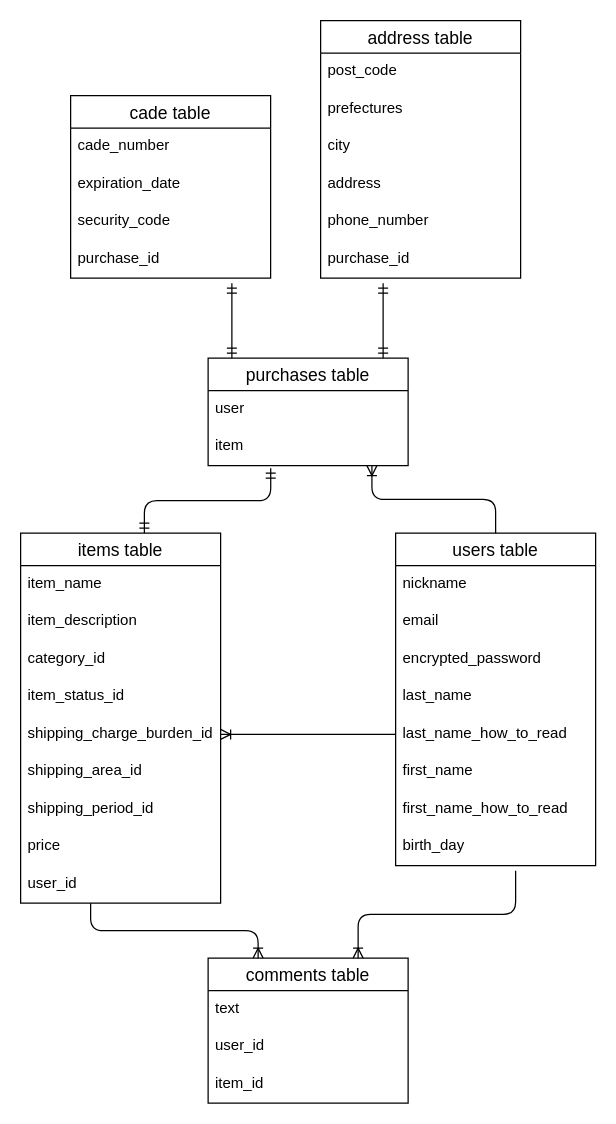
Before: furima.dio in KikuchiFumiyasu/furima-34817, a draw.io diagram. Source tidied: cells renumbered, new cells numbered last; positions are measured from the earlier drawing's top-left corner, leaving out a move shared by most shapes. Both pictures are drawn from the tidied source at 125%, with x=0, y=0 at pixel (20, 20).
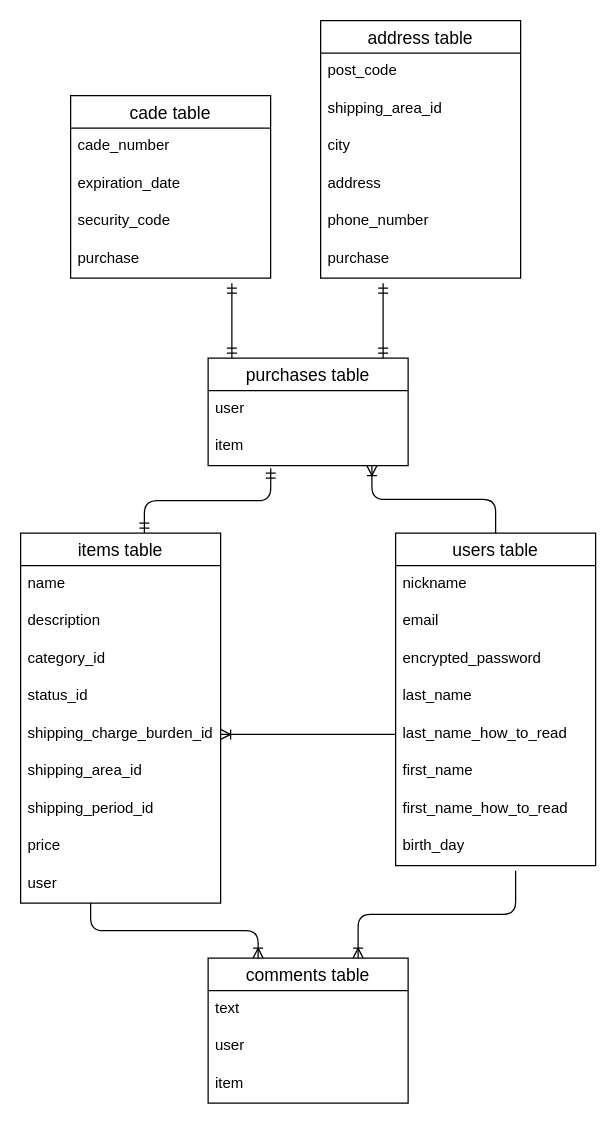
The same diagram, later.

Commit message (it also covers changes not shown here):
データベース再再再修正

Unchanged cells that the change refers to:
```xml
<mxCell id="11" value="items table" style="swimlane;fontStyle=0;horizontal=1;startSize=26;align=center;fontSize=14;" parent="1" vertex="1">
  <mxGeometry y="410" width="160" height="296" as="geometry" />
</mxCell>
<mxCell id="21" value="address table" style="swimlane;fontStyle=0;horizontal=1;startSize=26;align=center;fontSize=14;" parent="1" vertex="1">
  <mxGeometry x="240" width="160" height="206" as="geometry" />
</mxCell>
<mxCell id="28" value="cade table" style="swimlane;fontStyle=0;horizontal=1;startSize=26;align=center;fontSize=14;" parent="1" vertex="1">
  <mxGeometry x="40" y="60" width="160" height="146" as="geometry" />
</mxCell>
<mxCell id="41" value="comments table" style="swimlane;fontStyle=0;horizontal=1;startSize=26;align=center;fontSize=14;" parent="1" vertex="1">
  <mxGeometry x="150" y="750" width="160" height="116" as="geometry" />
</mxCell>
```

What changed in the source:
```diff
@@
-    <mxCell id="12" value="item_name" style="text;strokeColor=none;fillColor=none;spacingLeft=4;spacingRight=4;overflow=hidden;fontSize=12;" parent="11" vertex="1">
+    <mxCell id="12" value="name" style="text;strokeColor=none;fillColor=none;spacingLeft=4;spacingRight=4;overflow=hidden;fontSize=12;" parent="11" vertex="1">
       <mxGeometry y="26" width="160" height="30" as="geometry" />
     </mxCell>
-    <mxCell id="13" value="item_description" style="text;strokeColor=none;fillColor=none;spacingLeft=4;spacingRight=4;overflow=hidden;fontSize=12;" parent="11" vertex="1">
+    <mxCell id="13" value="description" style="text;strokeColor=none;fillColor=none;spacingLeft=4;spacingRight=4;overflow=hidden;fontSize=12;" parent="11" vertex="1">
       <mxGeometry y="56" width="160" height="30" as="geometry" />
     </mxCell>
@@
-    <mxCell id="15" value="item_status_id" style="text;strokeColor=none;fillColor=none;spacingLeft=4;spacingRight=4;overflow=hidden;fontSize=12;" parent="11" vertex="1">
+    <mxCell id="15" value="status_id" style="text;strokeColor=none;fillColor=none;spacingLeft=4;spacingRight=4;overflow=hidden;fontSize=12;" parent="11" vertex="1">
       <mxGeometry y="116" width="160" height="30" as="geometry" />
     </mxCell>
@@
-    <mxCell id="20" value="user_id" style="text;strokeColor=none;fillColor=none;spacingLeft=4;spacingRight=4;overflow=hidden;fontSize=12;" parent="11" vertex="1">
+    <mxCell id="20" value="user" style="text;strokeColor=none;fillColor=none;spacingLeft=4;spacingRight=4;overflow=hidden;fontSize=12;" parent="11" vertex="1">
       <mxGeometry y="266" width="160" height="30" as="geometry" />
     </mxCell>
@@
-    <mxCell id="23" value="prefectures" style="text;strokeColor=none;fillColor=none;spacingLeft=4;spacingRight=4;overflow=hidden;fontSize=12;" parent="21" vertex="1">
+    <mxCell id="23" value="shipping_area_id" style="text;strokeColor=none;fillColor=none;spacingLeft=4;spacingRight=4;overflow=hidden;fontSize=12;" parent="21" vertex="1">
       <mxGeometry y="56" width="160" height="30" as="geometry" />
     </mxCell>
@@
-    <mxCell id="27" value="purchase_id" style="text;strokeColor=none;fillColor=none;spacingLeft=4;spacingRight=4;overflow=hidden;fontSize=12;" parent="21" vertex="1">
+    <mxCell id="27" value="purchase" style="text;strokeColor=none;fillColor=none;spacingLeft=4;spacingRight=4;overflow=hidden;fontSize=12;" parent="21" vertex="1">
       <mxGeometry y="176" width="160" height="30" as="geometry" />
     </mxCell>
@@
-    <mxCell id="32" value="purchase_id" style="text;strokeColor=none;fillColor=none;spacingLeft=4;spacingRight=4;overflow=hidden;fontSize=12;" parent="28" vertex="1">
+    <mxCell id="32" value="purchase" style="text;strokeColor=none;fillColor=none;spacingLeft=4;spacingRight=4;overflow=hidden;fontSize=12;" parent="28" vertex="1">
       <mxGeometry y="116" width="160" height="30" as="geometry" />
     </mxCell>
@@
-    <mxCell id="43" value="user_id" style="text;strokeColor=none;fillColor=none;spacingLeft=4;spacingRight=4;overflow=hidden;fontSize=12;" parent="41" vertex="1">
+    <mxCell id="43" value="user" style="text;strokeColor=none;fillColor=none;spacingLeft=4;spacingRight=4;overflow=hidden;fontSize=12;" parent="41" vertex="1">
       <mxGeometry y="56" width="160" height="30" as="geometry" />
     </mxCell>
-    <mxCell id="44" value="item_id" style="text;strokeColor=none;fillColor=none;spacingLeft=4;spacingRight=4;overflow=hidden;fontSize=12;" parent="41" vertex="1">
+    <mxCell id="44" value="item" style="text;strokeColor=none;fillColor=none;spacingLeft=4;spacingRight=4;overflow=hidden;fontSize=12;" parent="41" vertex="1">
       <mxGeometry y="86" width="160" height="30" as="geometry" />
     </mxCell>
```
